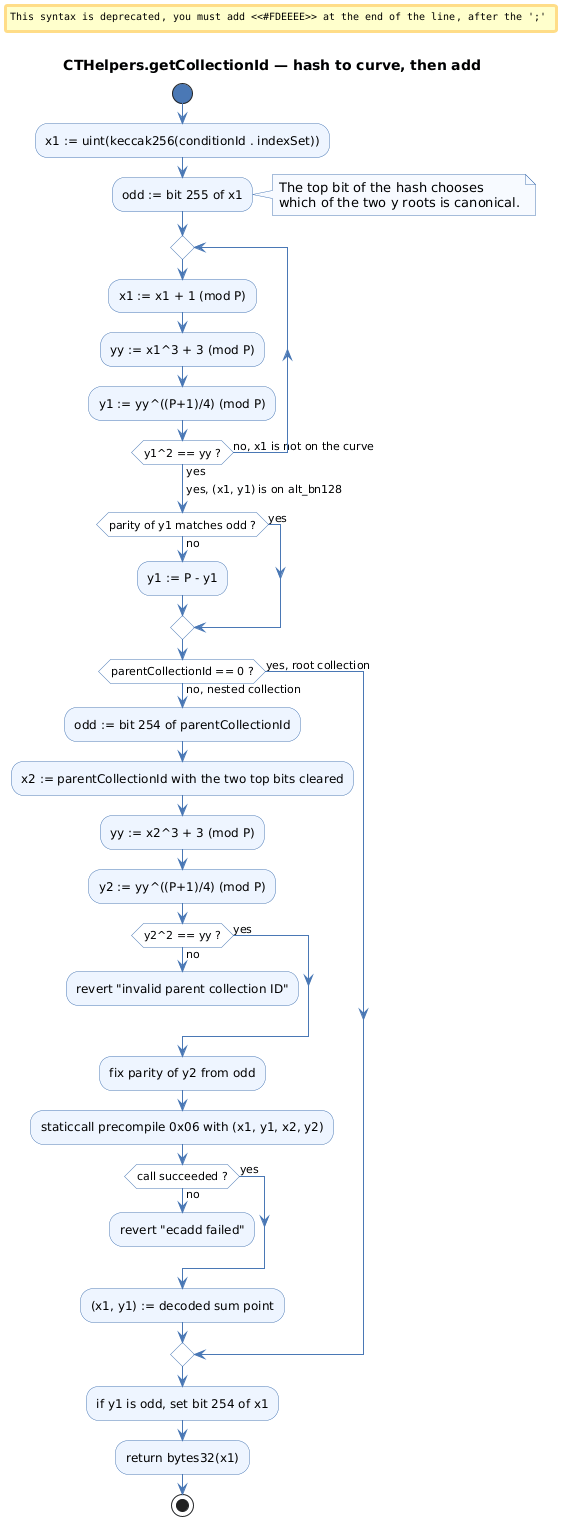
This is assets/article/blockchain/defi/conditional-tokens/conditional-tokens-collection-id-workflow.png from rya-sge/access-denied, a PlantUML export, as it was before one commit. Source of this version:
```plantuml
@startuml
title CTHelpers.getCollectionId — hash to curve, then add
skinparam shadowing false
skinparam ArrowColor #4A78B5
skinparam activity {
  BackgroundColor #EEF5FF
  BorderColor #4A78B5
  DiamondBackgroundColor #FFFFFF
  DiamondBorderColor #4A78B5
  StartColor #4A78B5
  EndColor #4A78B5
}
skinparam note {
  BackgroundColor #F7FAFF
  BorderColor #4A78B5
}

start
:x1 := uint(keccak256(conditionId . indexSet));
:odd := bit 255 of x1;
note right
  The top bit of the hash chooses
  which of the two y roots is canonical.
end note

repeat
  :x1 := x1 + 1 (mod P);
  :yy := x1^3 + 3 (mod P);
  :y1 := yy^((P+1)/4) (mod P);
repeat while (y1^2 == yy ?) is (no, x1 is not on the curve) not (yes)
->yes, (x1, y1) is on alt_bn128;

if (parity of y1 matches odd ?) then (no)
  :y1 := P - y1;
else (yes)
endif

if (parentCollectionId == 0 ?) then (yes, root collection)
else (no, nested collection)
  :odd := bit 254 of parentCollectionId;
  :x2 := parentCollectionId with the two top bits cleared;
  :yy := x2^3 + 3 (mod P);
  :y2 := yy^((P+1)/4) (mod P);
  if (y2^2 == yy ?) then (no)
    #FDEEEE:revert "invalid parent collection ID";
    kill
  else (yes)
  endif
  :fix parity of y2 from odd;
  :staticcall precompile 0x06 with (x1, y1, x2, y2);
  if (call succeeded ?) then (no)
    #FDEEEE:revert "ecadd failed";
    kill
  else (yes)
  endif
  :(x1, y1) := decoded sum point;
endif

:if y1 is odd, set bit 254 of x1;
:return bytes32(x1);
stop
@enduml
```
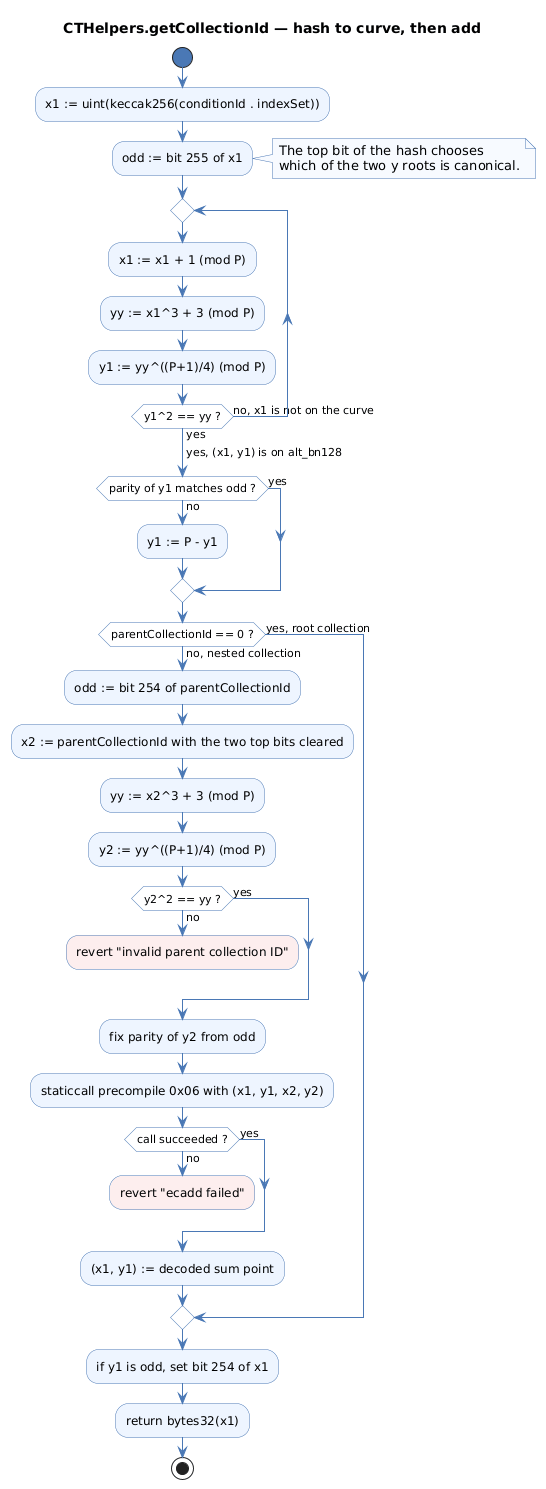
The same diagram one commit later.

The edit, as a diff of the source:
```diff
@@ -42,14 +42,14 @@
   :yy := x2^3 + 3 (mod P);
   :y2 := yy^((P+1)/4) (mod P);
   if (y2^2 == yy ?) then (no)
-    #FDEEEE:revert "invalid parent collection ID";
+    :revert "invalid parent collection ID";<<#FDEEEE>>
     kill
   else (yes)
   endif
   :fix parity of y2 from odd;
   :staticcall precompile 0x06 with (x1, y1, x2, y2);
   if (call succeeded ?) then (no)
-    #FDEEEE:revert "ecadd failed";
+    :revert "ecadd failed";<<#FDEEEE>>
     kill
   else (yes)
   endif
```
